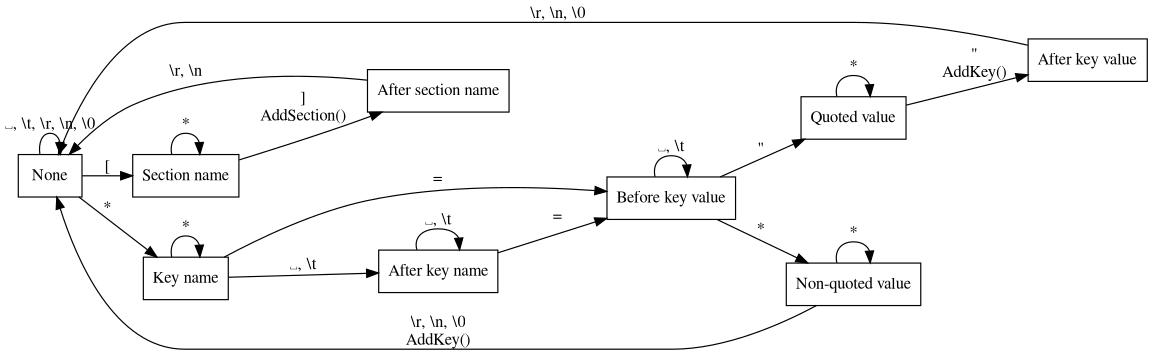
Before: extras/parsergraph.png, a diagram exported from Graphviz (roman-ra/iniload). Its source is kept beside it as extras/parsergraph.gv. Its diagram source:
```dot
digraph finite_state_machine {
	rankdir=LR;
	size="12";
	node [shape = rectangle];
	None -> None [label = "␣, \\t, \\r, \\n, \\0"];
	None -> "Section name" [label = "["];
	"Section name" -> "Section name" [label = "*"];
	"Section name" -> "After section name" [label = "]\nAddSection()"];
	"After section name" -> None [label = "\\r, \\n"];
	None -> "Key name" [label = "*"];
	"Key name" -> "Key name" [label = "*"];
	"Key name" -> "After key name" [label = "␣, \\t"];
	"After key name" -> "After key name" [label = "␣, \\t"];
	"Key name" -> "Before key value" [label = "="];
	"After key name" -> "Before key value" [label = "="];
	"Before key value" -> "Before key value" [label = "␣, \\t"];
	"Before key value" -> "Quoted value" [label = "\""];
	"Quoted value" -> "Quoted value" [label = "*"];
	"Quoted value" -> "After key value" [label = "\"\nAddKey()"];
	"After key value" -> None [label = "\\r, \\n, \\0"];
	"Before key value" -> "Non-quoted value" [label = "*"];
	"Non-quoted value" -> "Non-quoted value" [label = "*"];
	"Non-quoted value" -> None [label = "\\r, \\n, \\0\nAddKey()"];
}
```
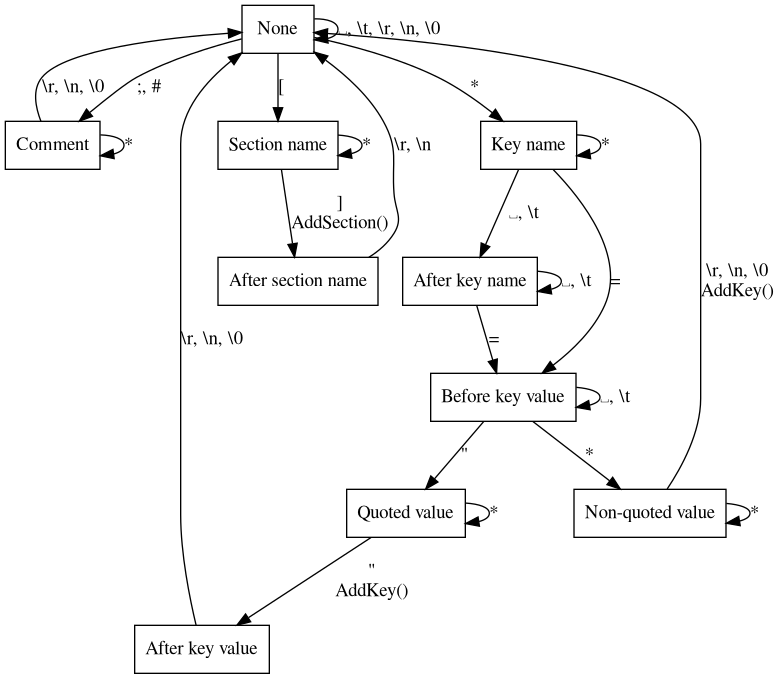
Later version of the same file.

Commit message:
Add Comment state to the graph

The edit, as a diff of the source:
```diff
@@ -1,8 +1,10 @@
 digraph finite_state_machine {
-	rankdir=LR;
 	size="12";
 	node [shape = rectangle];
 	None -> None [label = "␣, \\t, \\r, \\n, \\0"];
+	None -> Comment [label = ";, #"];
+	Comment -> Comment [label = "*"];
+	Comment -> None [label = "\\r, \\n, \\0"];
 	None -> "Section name" [label = "["];
 	"Section name" -> "Section name" [label = "*"];
 	"Section name" -> "After section name" [label = "]\nAddSection()"];
```
